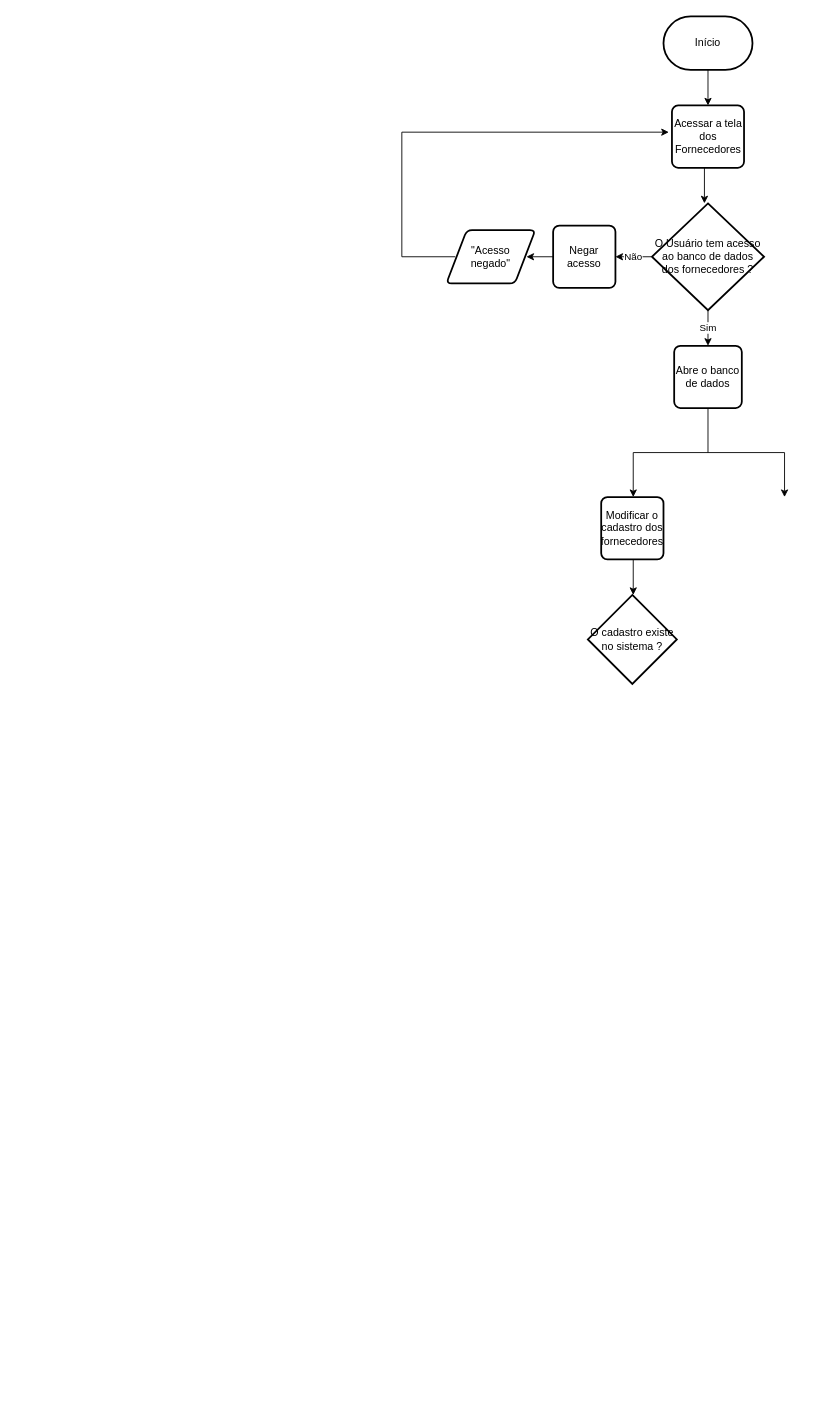
Earlier version of the draw.io diagram page "Página-2" (2 of 2) of DOC/Fluxograma.drawio (GuilhermeIgarashi7/avatar-Fluxograma). Source tidied: cells renumbered, new cells numbered last; positions are measured from the earlier drawing's top-left corner, leaving out a move shared by most shapes. Both pictures are drawn from the tidied source at 89%, with x=0, y=0 at pixel (401, 16).
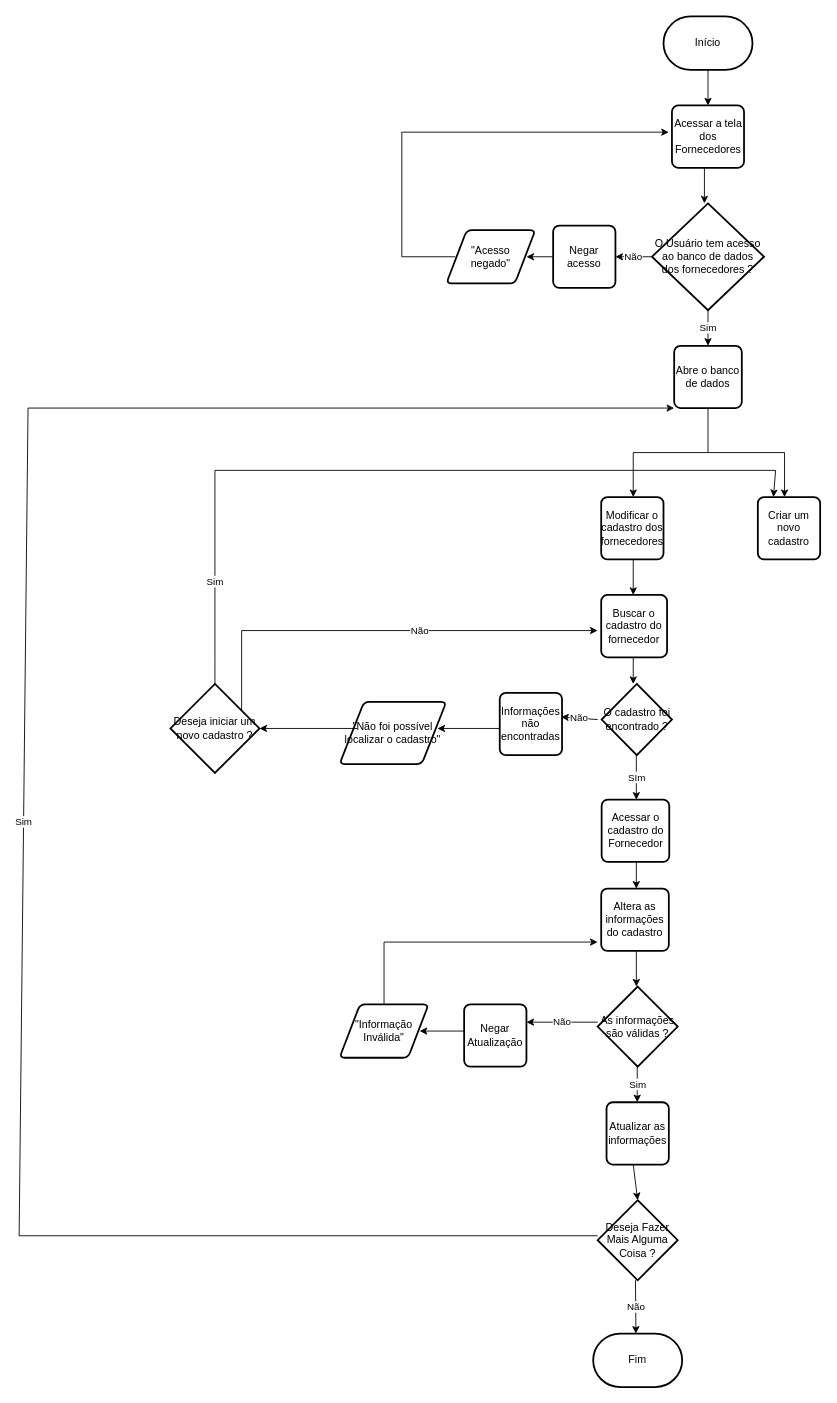
The same page after the edit.

Commit message:
Fim do dia 3

Unchanged cells that the change refers to:
```xml
<mxCell id="15" value="Abre o banco de dados" style="rounded=1;whiteSpace=wrap;html=1;absoluteArcSize=1;arcSize=14;strokeWidth=2;" parent="1" vertex="1">
  <mxGeometry x="306" y="370" width="76" height="70" as="geometry" />
</mxCell>
```

The edit, as a diff of the source:
```diff
@@
-    <mxCell id="22" value="O cadastro existe no sistema ?" style="strokeWidth=2;html=1;shape=mxgraph.flowchart.decision;whiteSpace=wrap;" parent="1" vertex="1">
-      <mxGeometry x="209" y="650" width="100" height="100" as="geometry" />
-    </mxCell>
+    <mxCell id="23" value="Buscar o cadastro do fornecedor" style="rounded=1;whiteSpace=wrap;html=1;absoluteArcSize=1;arcSize=14;strokeWidth=2;" parent="1" vertex="1">
+      <mxGeometry x="224" y="650" width="74" height="70" as="geometry" />
+    </mxCell>
+    <mxCell id="24" style="endArrow=classic;html=1;rounded=0;" parent="1" edge="1">
+      <mxGeometry relative="1" as="geometry">
+        <mxPoint x="260" y="720" as="sourcePoint" />
+        <mxPoint x="260" y="750" as="targetPoint" />
+      </mxGeometry>
+    </mxCell>
+    <mxCell id="25" value="O cadastro foi encontrado ?" style="strokeWidth=2;html=1;shape=mxgraph.flowchart.decision;whiteSpace=wrap;" parent="1" vertex="1">
+      <mxGeometry x="224.5" y="750" width="79" height="80" as="geometry" />
+    </mxCell>
+    <mxCell id="26" value="Informações não encontradas" style="rounded=1;whiteSpace=wrap;html=1;absoluteArcSize=1;arcSize=14;strokeWidth=2;" parent="1" vertex="1">
+      <mxGeometry x="110" y="760" width="70" height="70" as="geometry" />
+    </mxCell>
+    <mxCell id="27" style="endArrow=classic;html=1;rounded=0;" parent="1" edge="1">
+      <mxGeometry relative="1" as="geometry">
+        <mxPoint x="110" y="800" as="sourcePoint" />
+        <mxPoint x="40" y="800" as="targetPoint" />
+      </mxGeometry>
+    </mxCell>
+    <mxCell id="28" value="&quot;Não foi possível localizar o cadastro&quot;" style="shape=parallelogram;html=1;strokeWidth=2;perimeter=parallelogramPerimeter;whiteSpace=wrap;rounded=1;arcSize=12;size=0.23;" parent="1" vertex="1">
+      <mxGeometry x="-70" y="770" width="120" height="70" as="geometry" />
+    </mxCell>
+    <mxCell id="29" style="endArrow=classic;html=1;rounded=0;" parent="1" edge="1">
+      <mxGeometry relative="1" as="geometry">
+        <mxPoint x="-50" y="800" as="sourcePoint" />
+        <mxPoint x="-160" y="800" as="targetPoint" />
+      </mxGeometry>
+    </mxCell>
+    <mxCell id="30" value="Deseja iniciar um novo cadastro ?" style="strokeWidth=2;html=1;shape=mxgraph.flowchart.decision;whiteSpace=wrap;" parent="1" vertex="1">
+      <mxGeometry x="-260" y="750" width="100" height="100" as="geometry" />
+    </mxCell>
+    <mxCell id="31" style="endArrow=none;html=1;rounded=0;" parent="1" edge="1">
+      <mxGeometry relative="1" as="geometry">
+        <mxPoint x="-210" y="750" as="sourcePoint" />
+        <mxPoint x="-210" y="720" as="targetPoint" />
+      </mxGeometry>
+    </mxCell>
+    <mxCell id="32" value="Não" style="endArrow=classic;html=1;rounded=0;entryX=0.986;entryY=0.386;entryDx=0;entryDy=0;entryPerimeter=0;" parent="1" edge="1" target="26">
+      <mxGeometry relative="1" as="geometry">
+        <mxPoint x="220" y="790" as="sourcePoint" />
+      </mxGeometry>
+    </mxCell>
+    <mxCell id="33" value="Criar um novo cadastro" style="rounded=1;whiteSpace=wrap;html=1;absoluteArcSize=1;arcSize=14;strokeWidth=2;" parent="1" vertex="1">
+      <mxGeometry x="400" y="540" width="70" height="70" as="geometry" />
+    </mxCell>
+    <mxCell id="34" value="Sim" style="endArrow=none;html=1;rounded=0;" parent="1" edge="1">
+      <mxGeometry relative="1" as="geometry">
+        <mxPoint x="-210" y="720" as="sourcePoint" />
+        <mxPoint x="-210" y="550" as="targetPoint" />
+      </mxGeometry>
+    </mxCell>
+    <mxCell id="35" style="endArrow=none;html=1;rounded=0;" parent="1" edge="1">
+      <mxGeometry relative="1" as="geometry">
+        <mxPoint x="-210" y="550" as="sourcePoint" />
+        <mxPoint x="-210" y="510" as="targetPoint" />
+      </mxGeometry>
+    </mxCell>
+    <mxCell id="36" style="endArrow=none;html=1;rounded=0;" parent="1" edge="1">
+      <mxGeometry relative="1" as="geometry">
+        <mxPoint x="-210" y="510" as="sourcePoint" />
+        <mxPoint x="420" y="510" as="targetPoint" />
+      </mxGeometry>
+    </mxCell>
+    <mxCell id="37" style="endArrow=classic;html=1;rounded=0;entryX=0.25;entryY=0;entryDx=0;entryDy=0;" parent="1" edge="1" target="33">
+      <mxGeometry relative="1" as="geometry">
+        <mxPoint x="420" y="510" as="sourcePoint" />
+      </mxGeometry>
+    </mxCell>
+    <mxCell id="38" style="endArrow=none;html=1;rounded=0;" parent="1" edge="1">
+      <mxGeometry relative="1" as="geometry">
+        <mxPoint x="-180" y="780" as="sourcePoint" />
+        <mxPoint x="-180" y="690" as="targetPoint" />
+      </mxGeometry>
+    </mxCell>
+    <mxCell id="39" value="Não" style="endArrow=classic;html=1;rounded=0;" parent="1" edge="1">
+      <mxGeometry relative="1" as="geometry">
+        <mxPoint x="-180" y="690" as="sourcePoint" />
+        <mxPoint x="220" y="690" as="targetPoint" />
+      </mxGeometry>
+    </mxCell>
+    <mxCell id="40" value="SIm" style="endArrow=classic;html=1;rounded=0;" parent="1" edge="1">
+      <mxGeometry relative="1" as="geometry">
+        <mxPoint x="263.5" y="830" as="sourcePoint" />
+        <mxPoint x="263.5" y="880" as="targetPoint" />
+      </mxGeometry>
+    </mxCell>
+    <mxCell id="41" value="Acessar o cadastro do Fornecedor" style="rounded=1;whiteSpace=wrap;html=1;absoluteArcSize=1;arcSize=14;strokeWidth=2;" parent="1" vertex="1">
+      <mxGeometry x="224.5" y="880" width="76" height="70" as="geometry" />
+    </mxCell>
+    <mxCell id="42" style="endArrow=classic;html=1;rounded=0;" parent="1" edge="1">
+      <mxGeometry relative="1" as="geometry">
+        <mxPoint x="263.5" y="950" as="sourcePoint" />
+        <mxPoint x="263.5" y="980" as="targetPoint" />
+      </mxGeometry>
+    </mxCell>
+    <mxCell id="43" value="Altera as informações do cadastro" style="rounded=1;whiteSpace=wrap;html=1;absoluteArcSize=1;arcSize=14;strokeWidth=2;" parent="1" vertex="1">
+      <mxGeometry x="224" y="980" width="76" height="70" as="geometry" />
+    </mxCell>
+    <mxCell id="44" style="endArrow=classic;html=1;rounded=0;" parent="1" edge="1">
+      <mxGeometry relative="1" as="geometry">
+        <mxPoint x="263.5" y="1050" as="sourcePoint" />
+        <mxPoint x="263.5" y="1090" as="targetPoint" />
+      </mxGeometry>
+    </mxCell>
+    <mxCell id="45" value="As informações são válidas ?" style="strokeWidth=2;html=1;shape=mxgraph.flowchart.decision;whiteSpace=wrap;" parent="1" vertex="1">
+      <mxGeometry x="220" y="1090" width="90" height="90" as="geometry" />
+    </mxCell>
+    <mxCell id="46" value="Não" style="endArrow=classic;html=1;rounded=0;" parent="1" edge="1">
+      <mxGeometry relative="1" as="geometry">
+        <mxPoint x="220" y="1130" as="sourcePoint" />
+        <mxPoint x="140" y="1130" as="targetPoint" />
+      </mxGeometry>
+    </mxCell>
+    <mxCell id="47" value="Negar Atualização" style="rounded=1;whiteSpace=wrap;html=1;absoluteArcSize=1;arcSize=14;strokeWidth=2;" parent="1" vertex="1">
+      <mxGeometry x="70" y="1110" width="70" height="70" as="geometry" />
+    </mxCell>
+    <mxCell id="48" style="endArrow=classic;html=1;rounded=0;" parent="1" edge="1">
+      <mxGeometry relative="1" as="geometry">
+        <mxPoint x="70" y="1140" as="sourcePoint" />
+        <mxPoint x="20" y="1140" as="targetPoint" />
+      </mxGeometry>
+    </mxCell>
+    <mxCell id="49" value="&quot;Informação Inválida&quot;" style="shape=parallelogram;html=1;strokeWidth=2;perimeter=parallelogramPerimeter;whiteSpace=wrap;rounded=1;arcSize=12;size=0.23;" parent="1" vertex="1">
+      <mxGeometry x="-70" y="1110" width="100" height="60" as="geometry" />
+    </mxCell>
+    <mxCell id="50" style="endArrow=none;html=1;rounded=0;" parent="1" edge="1">
+      <mxGeometry relative="1" as="geometry">
+        <mxPoint x="-20" y="1110" as="sourcePoint" />
+        <mxPoint x="-20" y="1040" as="targetPoint" />
+      </mxGeometry>
+    </mxCell>
+    <mxCell id="51" style="endArrow=classic;html=1;rounded=0;" parent="1" edge="1">
+      <mxGeometry relative="1" as="geometry">
+        <mxPoint x="-20" y="1040" as="sourcePoint" />
+        <mxPoint x="220" y="1040" as="targetPoint" />
+      </mxGeometry>
+    </mxCell>
+    <mxCell id="52" value="Atualizar as informações" style="rounded=1;whiteSpace=wrap;html=1;absoluteArcSize=1;arcSize=14;strokeWidth=2;" parent="1" vertex="1">
+      <mxGeometry x="230" y="1220" width="70" height="70" as="geometry" />
+    </mxCell>
+    <mxCell id="53" value="Deseja Fazer Mais Alguma Coisa ?" style="strokeWidth=2;html=1;shape=mxgraph.flowchart.decision;whiteSpace=wrap;" parent="1" vertex="1">
+      <mxGeometry x="220" y="1330" width="90" height="90" as="geometry" />
+    </mxCell>
+    <mxCell id="54" style="endArrow=classic;html=1;rounded=0;entryX=0.5;entryY=0;entryDx=0;entryDy=0;entryPerimeter=0;" parent="1" edge="1" target="53">
+      <mxGeometry relative="1" as="geometry">
+        <mxPoint x="260" y="1290" as="sourcePoint" />
+      </mxGeometry>
+    </mxCell>
+    <mxCell id="55" value="Não" style="endArrow=classic;html=1;rounded=0;" parent="1" edge="1">
+      <mxGeometry relative="1" as="geometry">
+        <mxPoint x="262.5" y="1420" as="sourcePoint" />
+        <mxPoint x="263" y="1480" as="targetPoint" />
+      </mxGeometry>
+    </mxCell>
+    <mxCell id="56" value="Fim" style="strokeWidth=2;html=1;shape=mxgraph.flowchart.terminator;whiteSpace=wrap;" parent="1" vertex="1">
+      <mxGeometry x="215" y="1480" width="100" height="60" as="geometry" />
+    </mxCell>
+    <mxCell id="57" value="Sim" style="endArrow=classic;html=1;rounded=0;" parent="1" edge="1">
+      <mxGeometry relative="1" as="geometry">
+        <mxPoint x="264.5" y="1180" as="sourcePoint" />
+        <mxPoint x="264.5" y="1220" as="targetPoint" />
+      </mxGeometry>
+    </mxCell>
+    <mxCell id="58" style="endArrow=none;html=1;rounded=0;" parent="1" edge="1">
+      <mxGeometry relative="1" as="geometry">
+        <mxPoint x="-430" y="1370" as="sourcePoint" />
+        <mxPoint x="220" y="1370" as="targetPoint" />
+      </mxGeometry>
+    </mxCell>
+    <mxCell id="59" value="Sim" style="endArrow=none;html=1;rounded=0;" parent="1" edge="1">
+      <mxGeometry relative="1" as="geometry">
+        <mxPoint x="-430" y="1370" as="sourcePoint" />
+        <mxPoint x="-420" y="440" as="targetPoint" />
+      </mxGeometry>
+    </mxCell>
+    <mxCell id="60" style="endArrow=classic;html=1;rounded=0;entryX=0;entryY=1;entryDx=0;entryDy=0;" parent="1" edge="1" target="15">
+      <mxGeometry relative="1" as="geometry">
+        <mxPoint x="-420" y="440" as="sourcePoint" />
+      </mxGeometry>
+    </mxCell>
```
